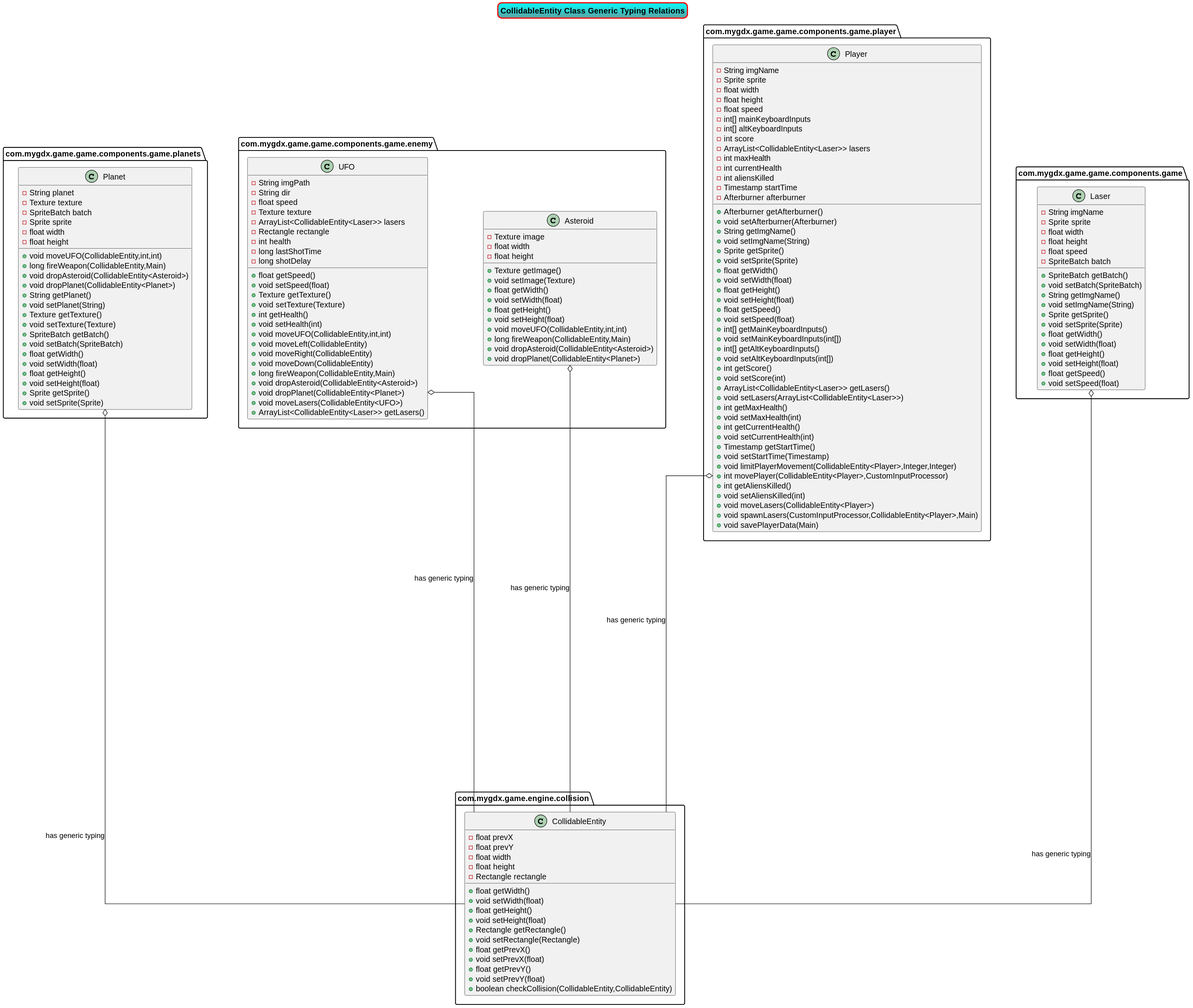
Above: Diagrams/Media/CollidableEntity_Class_Generic_Typing_Relations.svg in farhanazmiCS/Space-Shooter-Explorer-Game (PlantUML), before the change. Its diagram source:
```plantuml
@startuml
skinparam linetype polyline
skinparam linetype ortho

skinparam nodesep 100
skinparam ranksep 100

skinparam titleBorderRoundCorner 15
skinparam titleBorderThickness 2
skinparam titleBorderColor red
skinparam titleBackgroundColor Aqua-CadetBlue

title CollidableEntity Class Generic Typing Relations

class com.mygdx.game.engine.collision.CollidableEntity {
- float prevX
- float prevY
- float width
- float height
- Rectangle rectangle
+ float getWidth()
+ void setWidth(float)
+ float getHeight()
+ void setHeight(float)
+ Rectangle getRectangle()
+ void setRectangle(Rectangle)
+ float getPrevX()
+ void setPrevX(float)
+ float getPrevY()
+ void setPrevY(float)
+ boolean checkCollision(CollidableEntity,CollidableEntity)
}

class com.mygdx.game.game.components.game.planets.Planet {
- String planet
- Texture texture
- SpriteBatch batch
- Sprite sprite
- float width
- float height
+ void moveUFO(CollidableEntity,int,int)
+ long fireWeapon(CollidableEntity,Main)
+ void dropAsteroid(CollidableEntity<Asteroid>)
+ void dropPlanet(CollidableEntity<Planet>)
+ String getPlanet()
+ void setPlanet(String)
+ Texture getTexture()
+ void setTexture(Texture)
+ SpriteBatch getBatch()
+ void setBatch(SpriteBatch)
+ float getWidth()
+ void setWidth(float)
+ float getHeight()
+ void setHeight(float)
+ Sprite getSprite()
+ void setSprite(Sprite)
}

class com.mygdx.game.game.components.game.enemy.UFO {
- String imgPath
- String dir
- float speed
- Texture texture
- ArrayList<CollidableEntity<Laser>> lasers
- Rectangle rectangle
- int health
- long lastShotTime
- long shotDelay
+ float getSpeed()
+ void setSpeed(float)
+ Texture getTexture()
+ void setTexture(Texture)
+ int getHealth()
+ void setHealth(int)
+ void moveUFO(CollidableEntity,int,int)
+ void moveLeft(CollidableEntity)
+ void moveRight(CollidableEntity)
+ void moveDown(CollidableEntity)
+ long fireWeapon(CollidableEntity,Main)
+ void dropAsteroid(CollidableEntity<Asteroid>)
+ void dropPlanet(CollidableEntity<Planet>)
+ void moveLasers(CollidableEntity<UFO>)
+ ArrayList<CollidableEntity<Laser>> getLasers()
}

class com.mygdx.game.game.components.game.enemy.Asteroid {
- Texture image
- float width
- float height
+ Texture getImage()
+ void setImage(Texture)
+ float getWidth()
+ void setWidth(float)
+ float getHeight()
+ void setHeight(float)
+ void moveUFO(CollidableEntity,int,int)
+ long fireWeapon(CollidableEntity,Main)
+ void dropAsteroid(CollidableEntity<Asteroid>)
+ void dropPlanet(CollidableEntity<Planet>)
}

class com.mygdx.game.game.components.game.player.Player {
- String imgName
- Sprite sprite
- float width
- float height
- float speed
- int[] mainKeyboardInputs
- int[] altKeyboardInputs
- int score
- ArrayList<CollidableEntity<Laser>> lasers
- int maxHealth
- int currentHealth
- int aliensKilled
- Timestamp startTime
- Afterburner afterburner
+ Afterburner getAfterburner()
+ void setAfterburner(Afterburner)
+ String getImgName()
+ void setImgName(String)
+ Sprite getSprite()
+ void setSprite(Sprite)
+ float getWidth()
+ void setWidth(float)
+ float getHeight()
+ void setHeight(float)
+ float getSpeed()
+ void setSpeed(float)
+ int[] getMainKeyboardInputs()
+ void setMainKeyboardInputs(int[])
+ int[] getAltKeyboardInputs()
+ void setAltKeyboardInputs(int[])
+ int getScore()
+ void setScore(int)
+ ArrayList<CollidableEntity<Laser>> getLasers()
+ void setLasers(ArrayList<CollidableEntity<Laser>>)
+ int getMaxHealth()
+ void setMaxHealth(int)
+ int getCurrentHealth()
+ void setCurrentHealth(int)
+ Timestamp getStartTime()
+ void setStartTime(Timestamp)
+ void limitPlayerMovement(CollidableEntity<Player>,Integer,Integer)
+ int movePlayer(CollidableEntity<Player>,CustomInputProcessor)
+ int getAliensKilled()
+ void setAliensKilled(int)
+ void moveLasers(CollidableEntity<Player>)
+ void spawnLasers(CustomInputProcessor,CollidableEntity<Player>,Main)
+ void savePlayerData(Main)
}

class com.mygdx.game.game.components.game.Laser {
- String imgName
- Sprite sprite
- float width
- float height
- float speed
- SpriteBatch batch
+ SpriteBatch getBatch()
+ void setBatch(SpriteBatch)
+ String getImgName()
+ void setImgName(String)
+ Sprite getSprite()
+ void setSprite(Sprite)
+ float getWidth()
+ void setWidth(float)
+ float getHeight()
+ void setHeight(float)
+ float getSpeed()
+ void setSpeed(float)
}

com.mygdx.game.game.components.game.planets.Planet o------ com.mygdx.game.engine.collision.CollidableEntity : "has generic typing"
com.mygdx.game.game.components.game.enemy.UFO o------ com.mygdx.game.engine.collision.CollidableEntity : "has generic typing"
com.mygdx.game.game.components.game.enemy.Asteroid o------ com.mygdx.game.engine.collision.CollidableEntity : "has generic typing"
com.mygdx.game.game.components.game.player.Player o------ com.mygdx.game.engine.collision.CollidableEntity : "has generic typing"
com.mygdx.game.game.components.game.Laser o------ com.mygdx.game.engine.collision.CollidableEntity : "has generic typing"

@enduml
```
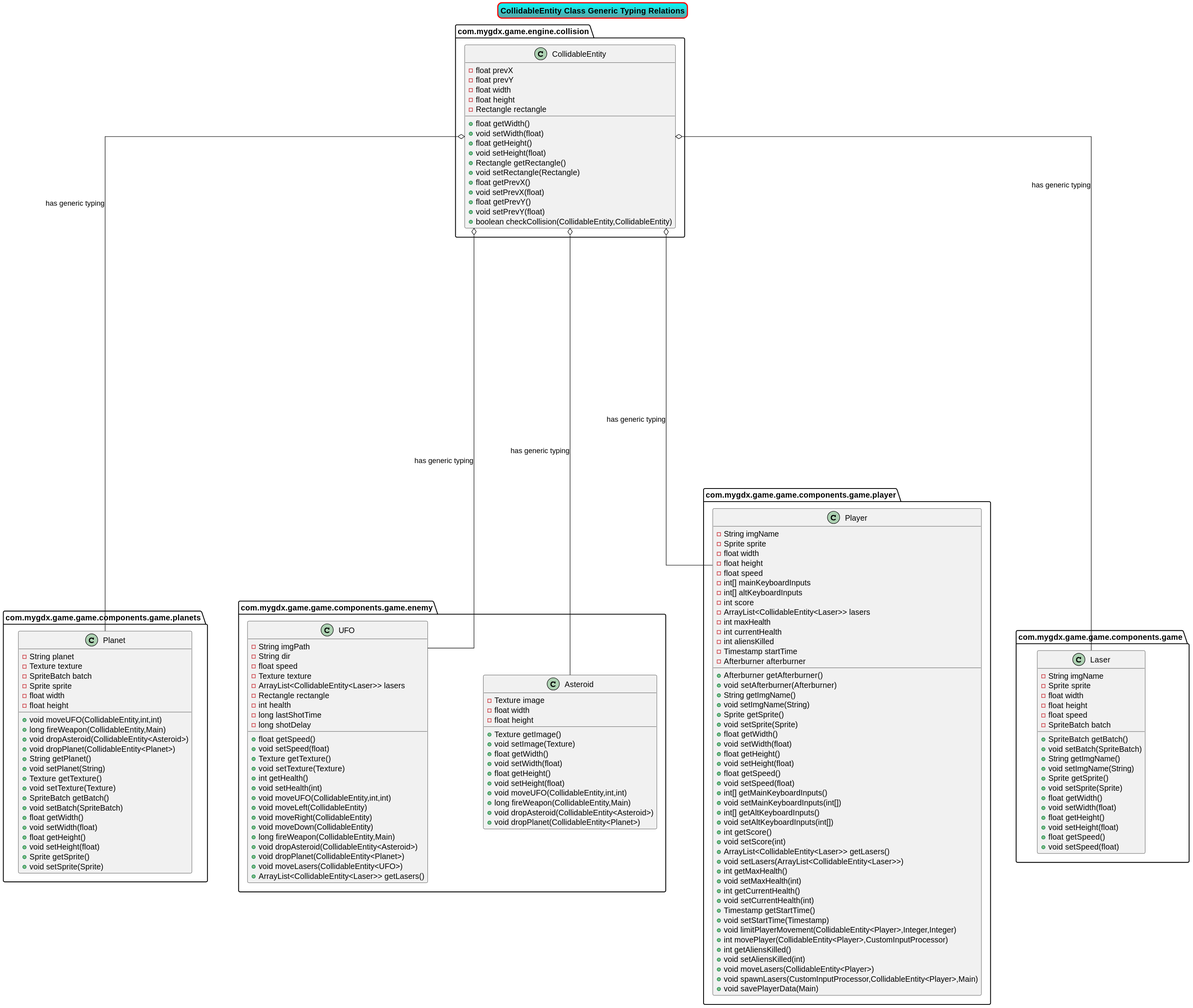
The same diagram one commit later.

Commit message:
Made changes to CollidableEntity Diagram

What changed in the source:
```diff
@@ -170,10 +170,11 @@
 + void setSpeed(float)
 }
 
-com.mygdx.game.game.components.game.planets.Planet o------ com.mygdx.game.engine.collision.CollidableEntity : "has generic typing"
-com.mygdx.game.game.components.game.enemy.UFO o------ com.mygdx.game.engine.collision.CollidableEntity : "has generic typing"
-com.mygdx.game.game.components.game.enemy.Asteroid o------ com.mygdx.game.engine.collision.CollidableEntity : "has generic typing"
-com.mygdx.game.game.components.game.player.Player o------ com.mygdx.game.engine.collision.CollidableEntity : "has generic typing"
-com.mygdx.game.game.components.game.Laser o------ com.mygdx.game.engine.collision.CollidableEntity : "has generic typing"
+com.mygdx.game.engine.collision.CollidableEntity o------ com.mygdx.game.game.components.game.planets.Planet : "has generic typing"
+com.mygdx.game.engine.collision.CollidableEntity o------ com.mygdx.game.game.components.game.enemy.UFO : "has generic typing"
+com.mygdx.game.engine.collision.CollidableEntity o------ com.mygdx.game.game.components.game.enemy.Asteroid : "has generic typing"
+com.mygdx.game.engine.collision.CollidableEntity o------ com.mygdx.game.game.components.game.player.Player : "has generic typing"
+com.mygdx.game.engine.collision.CollidableEntity o------ com.mygdx.game.game.components.game.Laser : "has generic typing"
+
 
 @enduml
```
